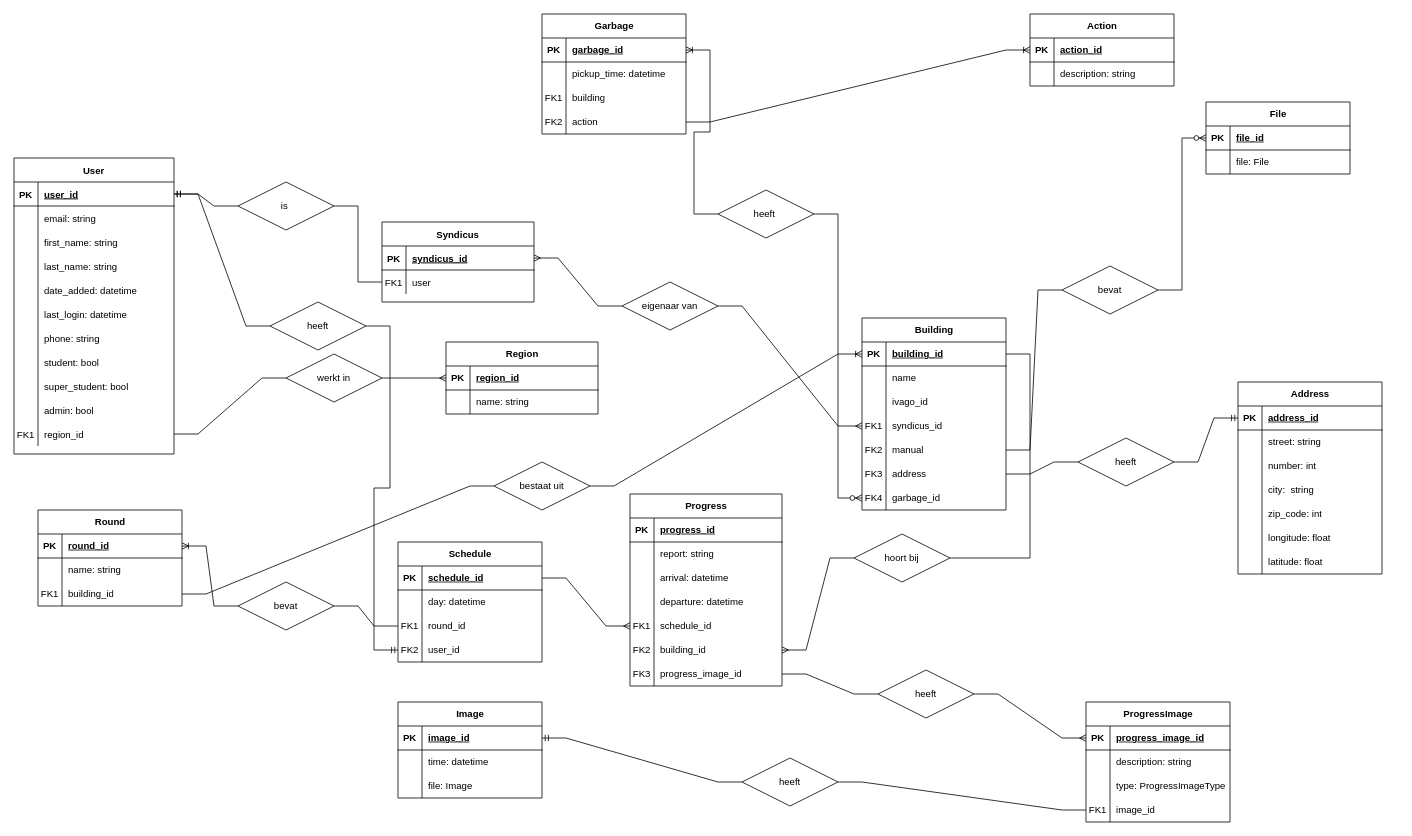
SELab-2/Dr-Trottoir-1 keeps this draw.io diagram as documentatie/drtrottoir.drawio. Above is the earlier version. Source tidied: cells renumbered, new cells numbered last; positions are measured from the earlier drawing's top-left corner, leaving out a move shared by most shapes. Both pictures are drawn from the tidied source at 80%, with x=0, y=0 at pixel (14, 14).
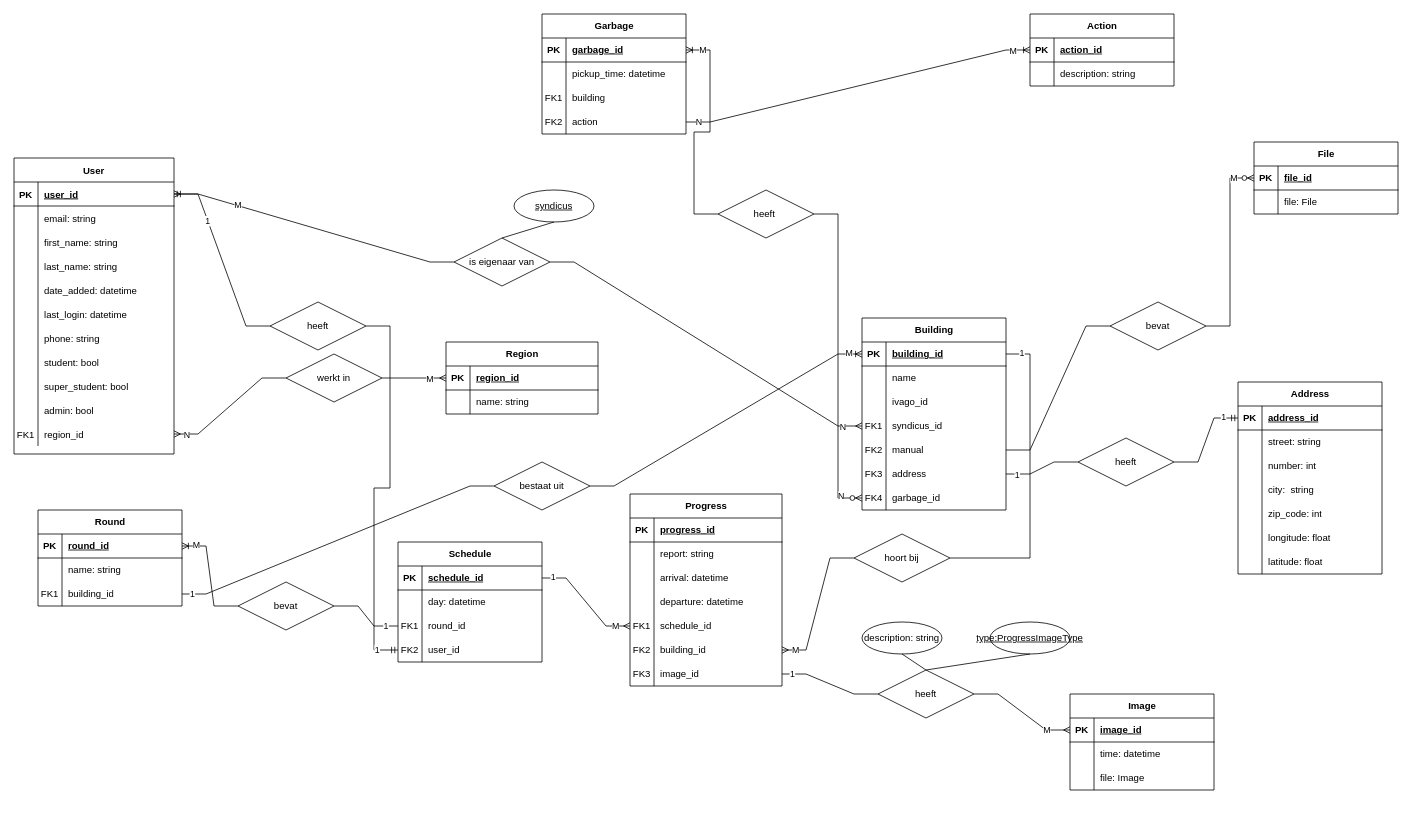
The same diagram, later.

The change refers to these unchanged cells:
```xml
<mxCell id="10" style="shape=partialRectangle;fillColor=none;points=[[0,0.5],[1,0.5]];portConstraint=eastwest;top=0;left=0;right=0;bottom=1;" parent="9" vertex="1">
  <mxGeometry y="30" width="200" height="30" as="geometry" />
</mxCell>
<mxCell id="40" style="shape=partialRectangle;fillColor=none;points=[[0,0.5],[1,0.5]];portConstraint=eastwest;top=0;left=0;right=0;bottom=0;" parent="9" vertex="1">
  <mxGeometry y="330" width="200" height="30" as="geometry" />
</mxCell>
<mxCell id="70" style="shape=tableRow;horizontal=0;startSize=0;swimlaneHead=0;swimlaneBody=0;fillColor=none;points=[[0,0.5],[1,0.5]];portConstraint=eastwest;top=0;left=0;right=0;bottom=0;" parent="51" vertex="1">
  <mxGeometry y="210" width="190" height="30" as="geometry" />
</mxCell>
<mxCell id="138" style="edgeStyle=entityRelationEdgeStyle;fontSize=12;html=1;endArrow=ERmany;rounded=0;entryX=0;entryY=0.5;entryDx=0;entryDy=0;exitX=1;exitY=0.5;exitDx=0;exitDy=0;startArrow=none;" parent="1" edge="1" source="206" target="45">
  <mxGeometry relative="1" as="geometry" />
</mxCell>
<mxCell id="168" style="edgeStyle=entityRelationEdgeStyle;fontSize=12;html=1;endArrow=ERzeroToMany;endFill=1;rounded=0;entryX=0;entryY=0.5;entryDx=0;entryDy=0;exitX=1;exitY=0.5;exitDx=0;exitDy=0;startArrow=none;" parent="1" edge="1" source="214" target="162">
  <mxGeometry relative="1" as="geometry" />
</mxCell>
<mxCell id="169" style="edgeStyle=entityRelationEdgeStyle;fontSize=12;html=1;endArrow=ERoneToMany;rounded=0;entryX=0;entryY=0.5;entryDx=0;entryDy=0;exitX=1;exitY=0.5;exitDx=0;exitDy=0;" parent="1" edge="1" source="128" target="132">
  <mxGeometry relative="1" as="geometry" />
</mxCell>
<mxCell id="170" style="edgeStyle=entityRelationEdgeStyle;fontSize=12;html=1;endArrow=ERmandOne;rounded=0;exitX=1;exitY=0.5;exitDx=0;exitDy=0;entryX=0;entryY=0.5;entryDx=0;entryDy=0;startArrow=none;" parent="1" edge="1" source="216" target="140">
  <mxGeometry relative="1" as="geometry" />
</mxCell>
<mxCell id="171" style="edgeStyle=entityRelationEdgeStyle;fontSize=12;html=1;endArrow=ERoneToMany;startArrow=none;rounded=0;exitX=0;exitY=0.5;exitDx=0;exitDy=0;entryX=1;entryY=0.5;entryDx=0;entryDy=0;" parent="1" edge="1" source="224" target="119">
  <mxGeometry relative="1" as="geometry" />
</mxCell>
<mxCell id="187" style="shape=tableRow;horizontal=0;startSize=0;swimlaneHead=0;swimlaneBody=0;fillColor=none;points=[[0,0.5],[1,0.5]];portConstraint=eastwest;top=0;left=0;right=0;bottom=1;" parent="186" vertex="1">
  <mxGeometry y="30" width="180" height="30" as="geometry" />
</mxCell>
<mxCell id="196" style="edgeStyle=entityRelationEdgeStyle;fontSize=12;html=1;endArrow=ERmany;rounded=0;exitX=1;exitY=0.5;exitDx=0;exitDy=0;entryX=0;entryY=0.5;entryDx=0;entryDy=0;" parent="1" edge="1" source="84" target="64">
  <mxGeometry relative="1" as="geometry" />
</mxCell>
<mxCell id="197" style="edgeStyle=entityRelationEdgeStyle;fontSize=12;html=1;endArrow=ERmany;rounded=0;entryX=1;entryY=0.5;entryDx=0;entryDy=0;startArrow=none;" parent="1" edge="1" source="218" target="67">
  <mxGeometry relative="1" as="geometry" />
</mxCell>
<mxCell id="200" style="edgeStyle=entityRelationEdgeStyle;fontSize=12;html=1;endArrow=ERoneToMany;rounded=0;exitX=0;exitY=0.5;exitDx=0;exitDy=0;entryX=1;entryY=0.5;entryDx=0;entryDy=0;startArrow=none;" parent="1" edge="1" source="212" target="74">
  <mxGeometry relative="1" as="geometry" />
</mxCell>
<mxCell id="201" style="edgeStyle=entityRelationEdgeStyle;fontSize=12;html=1;endArrow=ERoneToMany;rounded=0;exitX=1;exitY=0.5;exitDx=0;exitDy=0;entryX=0;entryY=0.5;entryDx=0;entryDy=0;startArrow=none;" parent="1" edge="1" source="204" target="97">
  <mxGeometry relative="1" as="geometry" />
</mxCell>
<mxCell id="202" style="edgeStyle=entityRelationEdgeStyle;fontSize=12;html=1;endArrow=ERmandOne;startArrow=none;rounded=0;entryX=1;entryY=0.5;entryDx=0;entryDy=0;exitX=0;exitY=0.5;exitDx=0;exitDy=0;" parent="1" edge="1" source="210" target="10">
  <mxGeometry relative="1" as="geometry" />
</mxCell>
<mxCell id="203" style="edgeStyle=entityRelationEdgeStyle;fontSize=12;html=1;endArrow=none;rounded=0;exitX=1;exitY=0.5;exitDx=0;exitDy=0;entryX=0;entryY=0.5;entryDx=0;entryDy=0;" parent="1" edge="1" source="80" target="204">
  <mxGeometry relative="1" as="geometry" />
</mxCell>
<mxCell id="206" value="werkt in" style="shape=rhombus;perimeter=rhombusPerimeter;whiteSpace=wrap;html=1;align=center;" parent="1" vertex="1">
  <mxGeometry x="340" y="425" width="120" height="60" as="geometry" />
</mxCell>
<mxCell id="209" style="edgeStyle=entityRelationEdgeStyle;fontSize=12;html=1;endArrow=none;startArrow=ERmandOne;rounded=0;entryX=1;entryY=0.5;entryDx=0;entryDy=0;exitX=0;exitY=0.5;exitDx=0;exitDy=0;" parent="1" edge="1" source="93" target="210">
  <mxGeometry relative="1" as="geometry" />
</mxCell>
<mxCell id="211" style="edgeStyle=entityRelationEdgeStyle;fontSize=12;html=1;endArrow=none;rounded=0;exitX=0;exitY=0.5;exitDx=0;exitDy=0;entryX=1;entryY=0.5;entryDx=0;entryDy=0;" parent="1" edge="1" source="90" target="212">
  <mxGeometry relative="1" as="geometry" />
</mxCell>
<mxCell id="215" style="edgeStyle=entityRelationEdgeStyle;fontSize=12;html=1;endArrow=none;rounded=0;exitX=1;exitY=0.5;exitDx=0;exitDy=0;entryX=0;entryY=0.5;entryDx=0;entryDy=0;" parent="1" edge="1" source="112" target="216">
  <mxGeometry relative="1" as="geometry" />
</mxCell>
<mxCell id="217" style="edgeStyle=entityRelationEdgeStyle;fontSize=12;html=1;endArrow=none;rounded=0;entryX=1;entryY=0.5;entryDx=0;entryDy=0;" parent="1" edge="1" source="97" target="218">
  <mxGeometry relative="1" as="geometry" />
</mxCell>
<mxCell id="219" style="edgeStyle=entityRelationEdgeStyle;fontSize=12;html=1;endArrow=none;rounded=0;exitX=1;exitY=0.5;exitDx=0;exitDy=0;entryX=0;entryY=0.5;entryDx=0;entryDy=0;" parent="1" edge="1" source="70" target="220">
  <mxGeometry relative="1" as="geometry" />
</mxCell>
<mxCell id="220" value="heeft" style="shape=rhombus;perimeter=rhombusPerimeter;whiteSpace=wrap;html=1;align=center;" parent="1" vertex="1">
  <mxGeometry x="1080" y="820" width="120" height="60" as="geometry" />
</mxCell>
<mxCell id="223" style="edgeStyle=entityRelationEdgeStyle;fontSize=12;html=1;endArrow=none;startArrow=ERzeroToMany;rounded=0;exitX=0;exitY=0.5;exitDx=0;exitDy=0;entryX=1;entryY=0.5;entryDx=0;entryDy=0;" parent="1" edge="1" source="115" target="224">
  <mxGeometry relative="1" as="geometry" />
</mxCell>
```

Change to the diagram source:
```diff
@@
-    <mxCell id="2" value="Syndicus" style="shape=table;startSize=30;childLayout=tableLayout;rowLines=0;fontStyle=1;align=center;" parent="1" vertex="1">
-      <mxGeometry x="460" y="260" width="190" height="100" as="geometry" />
-    </mxCell>
-    <mxCell id="3" style="shape=partialRectangle;fillColor=none;points=[[0,0.5],[1,0.5]];portConstraint=eastwest;top=0;left=0;right=0;bottom=1;" parent="2" vertex="1">
-      <mxGeometry y="30" width="190" height="30" as="geometry" />
-    </mxCell>
-    <mxCell id="4" value="PK" style="shape=partialRectangle;overflow=hidden;fillColor=none;top=0;left=0;bottom=0;right=0;fontStyle=1;" parent="3" vertex="1">
-      <mxGeometry width="30" height="30" as="geometry" />
-    </mxCell>
-    <mxCell id="5" value="syndicus_id" style="shape=partialRectangle;overflow=hidden;fillColor=none;top=0;left=0;bottom=0;right=0;align=left;spacingLeft=6;fontStyle=5;" parent="3" vertex="1">
-      <mxGeometry x="30" width="160" height="30" as="geometry" />
-    </mxCell>
-    <mxCell id="6" style="shape=partialRectangle;fillColor=none;points=[[0,0.5],[1,0.5]];portConstraint=eastwest;top=0;left=0;right=0;bottom=0;" parent="2" vertex="1">
-      <mxGeometry y="60" width="190" height="30" as="geometry" />
-    </mxCell>
-    <mxCell id="7" value="FK1" style="shape=partialRectangle;overflow=hidden;fillColor=none;top=0;left=0;bottom=0;right=0;" parent="6" vertex="1">
-      <mxGeometry width="30" height="30" as="geometry" />
-    </mxCell>
-    <mxCell id="8" value="user" style="shape=partialRectangle;overflow=hidden;fillColor=none;top=0;left=0;bottom=0;right=0;align=left;spacingLeft=6;" parent="6" vertex="1">
-      <mxGeometry x="30" width="160" height="30" as="geometry" />
-    </mxCell>
@@
-    <mxCell id="43" style="edgeStyle=entityRelationEdgeStyle;fontSize=12;html=1;endArrow=ERmandOne;rounded=0;entryX=1;entryY=0.5;entryDx=0;entryDy=0;startArrow=none;" parent="1" edge="1" source="208" target="10">
-      <mxGeometry relative="1" as="geometry" />
-    </mxCell>
@@
-    <mxCell id="72" value="progress_image_id" style="shape=partialRectangle;fillColor=none;top=0;left=0;bottom=0;right=0;align=left;spacingLeft=6;overflow=hidden;whiteSpace=wrap;html=1;" parent="70" vertex="1">
+    <mxCell id="72" value="image_id" style="shape=partialRectangle;fillColor=none;top=0;left=0;bottom=0;right=0;align=left;spacingLeft=6;overflow=hidden;whiteSpace=wrap;html=1;" parent="70" vertex="1">
       <mxGeometry x="30" width="160" height="30" as="geometry" />
     </mxCell>
@@
+    <mxCell id="227" value="M" style="edgeLabel;html=1;align=center;verticalAlign=middle;" parent="138" vertex="1">
+      <mxGeometry x="0.47" relative="1" as="geometry" />
+    </mxCell>
@@
     <mxCell id="161" value="File" style="shape=table;startSize=30;childLayout=tableLayout;rowLines=0;fontStyle=1;align=center;html=1;" parent="1" vertex="1">
-      <mxGeometry x="1490" y="110" width="180" height="90" as="geometry" />
+      <mxGeometry x="1550" y="160" width="180" height="90" as="geometry" />
     </mxCell>
@@
+    <mxCell id="228" value="M" style="edgeLabel;html=1;align=center;verticalAlign=middle;" parent="168" vertex="1">
+      <mxGeometry x="0.79" y="1" relative="1" as="geometry" />
+    </mxCell>
@@
+    <mxCell id="229" value="N" style="edgeLabel;html=1;align=center;verticalAlign=middle;" parent="169" vertex="1">
+      <mxGeometry x="-0.93" y="1" relative="1" as="geometry" />
+    </mxCell>
+    <mxCell id="230" value="M" style="edgeLabel;html=1;align=center;verticalAlign=middle;" parent="169" vertex="1">
+      <mxGeometry x="0.9" relative="1" as="geometry" />
+    </mxCell>
@@
+    <mxCell id="231" value="1" style="edgeLabel;html=1;align=center;verticalAlign=middle;" parent="170" vertex="1">
+      <mxGeometry x="0.68" y="2" relative="1" as="geometry" />
+    </mxCell>
@@
+    <mxCell id="232" value="M" style="edgeLabel;html=1;align=center;verticalAlign=middle;" parent="171" vertex="1">
+      <mxGeometry x="0.86" y="-1" relative="1" as="geometry" />
+    </mxCell>
@@
-    <mxCell id="173" value="ProgressImage" style="shape=table;startSize=30;childLayout=tableLayout;rowLines=0;fontStyle=1;align=center;html=1;" parent="1" vertex="1">
-      <mxGeometry x="1340" y="860" width="180" height="150" as="geometry" />
-    </mxCell>
-    <mxCell id="174" style="shape=tableRow;horizontal=0;startSize=0;swimlaneHead=0;swimlaneBody=0;fillColor=none;points=[[0,0.5],[1,0.5]];portConstraint=eastwest;top=0;left=0;right=0;bottom=1;" parent="173" vertex="1">
-      <mxGeometry y="30" width="180" height="30" as="geometry" />
-    </mxCell>
-    <mxCell id="175" value="PK" style="shape=partialRectangle;fillColor=none;top=0;left=0;bottom=0;right=0;fontStyle=1;overflow=hidden;whiteSpace=wrap;html=1;" parent="174" vertex="1">
-      <mxGeometry width="30" height="30" as="geometry" />
-    </mxCell>
-    <mxCell id="176" value="progress_image_id" style="shape=partialRectangle;fillColor=none;top=0;left=0;bottom=0;right=0;align=left;spacingLeft=6;fontStyle=5;overflow=hidden;whiteSpace=wrap;html=1;" parent="174" vertex="1">
-      <mxGeometry x="30" width="150" height="30" as="geometry" />
-    </mxCell>
-    <mxCell id="177" style="shape=tableRow;horizontal=0;startSize=0;swimlaneHead=0;swimlaneBody=0;fillColor=none;top=0;left=0;right=0;bottom=0;" parent="173" vertex="1">
-      <mxGeometry y="60" width="180" height="30" as="geometry" />
-    </mxCell>
-    <mxCell id="178" style="shape=partialRectangle;fillColor=none;top=0;left=0;bottom=0;right=0;overflow=hidden;whiteSpace=wrap;html=1;" parent="177" vertex="1">
-      <mxGeometry width="30" height="30" as="geometry" />
-    </mxCell>
-    <mxCell id="179" value="description: string" style="shape=partialRectangle;fillColor=none;top=0;left=0;bottom=0;right=0;align=left;spacingLeft=6;overflow=hidden;whiteSpace=wrap;html=1;" parent="177" vertex="1">
-      <mxGeometry x="30" width="150" height="30" as="geometry" />
-    </mxCell>
-    <mxCell id="180" style="shape=tableRow;horizontal=0;startSize=0;swimlaneHead=0;swimlaneBody=0;fillColor=none;top=0;left=0;right=0;bottom=0;" parent="173" vertex="1">
-      <mxGeometry y="90" width="180" height="30" as="geometry" />
-    </mxCell>
-    <mxCell id="181" style="shape=partialRectangle;fillColor=none;top=0;left=0;bottom=0;right=0;overflow=hidden;whiteSpace=wrap;html=1;" parent="180" vertex="1">
-      <mxGeometry width="30" height="30" as="geometry" />
-    </mxCell>
-    <mxCell id="182" value="type: ProgressImageType" style="shape=partialRectangle;fillColor=none;top=0;left=0;bottom=0;right=0;align=left;spacingLeft=6;overflow=hidden;whiteSpace=wrap;html=1;" parent="180" vertex="1">
-      <mxGeometry x="30" width="150" height="30" as="geometry" />
-    </mxCell>
-    <mxCell id="183" style="shape=tableRow;horizontal=0;startSize=0;swimlaneHead=0;swimlaneBody=0;fillColor=none;points=[[0,0.5],[1,0.5]];portConstraint=eastwest;top=0;left=0;right=0;bottom=0;" parent="173" vertex="1">
-      <mxGeometry y="120" width="180" height="30" as="geometry" />
-    </mxCell>
-    <mxCell id="184" value="FK1" style="shape=partialRectangle;fillColor=none;top=0;left=0;bottom=0;right=0;overflow=hidden;whiteSpace=wrap;html=1;" parent="183" vertex="1">
-      <mxGeometry width="30" height="30" as="geometry" />
-    </mxCell>
-    <mxCell id="185" value="image_id" style="shape=partialRectangle;fillColor=none;top=0;left=0;bottom=0;right=0;align=left;spacingLeft=6;overflow=hidden;whiteSpace=wrap;html=1;" parent="183" vertex="1">
-      <mxGeometry x="30" width="150" height="30" as="geometry" />
-    </mxCell>
     <mxCell id="186" value="Image" style="shape=table;startSize=30;childLayout=tableLayout;rowLines=0;fontStyle=1;align=center;html=1;" parent="1" vertex="1">
-      <mxGeometry x="480" y="860" width="180" height="120" as="geometry" />
+      <mxGeometry x="1320" y="850" width="180" height="120" as="geometry" />
     </mxCell>
@@
+    <mxCell id="233" value="1" style="edgeLabel;html=1;align=center;verticalAlign=middle;" parent="196" vertex="1">
+      <mxGeometry x="-0.81" y="2" relative="1" as="geometry" />
+    </mxCell>
+    <mxCell id="234" value="M" style="edgeLabel;html=1;align=center;verticalAlign=middle;" parent="196" vertex="1">
+      <mxGeometry x="0.74" y="1" relative="1" as="geometry" />
+    </mxCell>
@@
+    <mxCell id="235" value="M" style="edgeLabel;html=1;align=center;verticalAlign=middle;" parent="197" vertex="1">
+      <mxGeometry x="0.81" y="-1" relative="1" as="geometry" />
+    </mxCell>
-    <mxCell id="198" style="edgeStyle=entityRelationEdgeStyle;fontSize=12;html=1;endArrow=ERmany;rounded=0;exitX=1;exitY=0.5;exitDx=0;exitDy=0;entryX=0;entryY=0.5;entryDx=0;entryDy=0;startArrow=none;" parent="1" edge="1" source="220" target="174">
+    <mxCell id="198" style="edgeStyle=entityRelationEdgeStyle;fontSize=12;html=1;endArrow=ERmany;rounded=0;exitX=1;exitY=0.5;exitDx=0;exitDy=0;entryX=0;entryY=0.5;entryDx=0;entryDy=0;startArrow=none;" parent="1" edge="1" source="220" target="187">
       <mxGeometry relative="1" as="geometry" />
     </mxCell>
-    <mxCell id="199" style="edgeStyle=entityRelationEdgeStyle;fontSize=12;html=1;endArrow=ERmandOne;rounded=0;entryX=1;entryY=0.5;entryDx=0;entryDy=0;exitX=0;exitY=0.5;exitDx=0;exitDy=0;startArrow=none;" parent="1" edge="1" source="222" target="187">
-      <mxGeometry relative="1" as="geometry" />
-    </mxCell>
+    <mxCell id="236" value="M" style="edgeLabel;html=1;align=center;verticalAlign=middle;" parent="198" vertex="1">
+      <mxGeometry x="0.56" y="1" relative="1" as="geometry" />
+    </mxCell>
@@
+    <mxCell id="237" value="M" style="edgeLabel;html=1;align=center;verticalAlign=middle;" parent="200" vertex="1">
+      <mxGeometry x="0.74" y="-2" relative="1" as="geometry" />
+    </mxCell>
@@
+    <mxCell id="238" value="M" style="edgeLabel;html=1;align=center;verticalAlign=middle;" parent="201" vertex="1">
+      <mxGeometry x="0.91" y="2" relative="1" as="geometry" />
+    </mxCell>
@@
+    <mxCell id="239" value="1" style="edgeLabel;html=1;align=center;verticalAlign=middle;" parent="202" vertex="1">
+      <mxGeometry x="0.44" y="1" relative="1" as="geometry" />
+    </mxCell>
@@
+    <mxCell id="240" value="1" style="edgeLabel;html=1;align=center;verticalAlign=middle;" parent="203" vertex="1">
+      <mxGeometry x="-0.94" y="1" relative="1" as="geometry" />
+    </mxCell>
@@
-    <mxCell id="205" style="edgeStyle=entityRelationEdgeStyle;fontSize=12;html=1;endArrow=none;rounded=0;entryX=0;entryY=0.5;entryDx=0;entryDy=0;exitX=1;exitY=0.5;exitDx=0;exitDy=0;" parent="1" edge="1" source="40" target="206">
-      <mxGeometry relative="1" as="geometry" />
-    </mxCell>
@@
-    <mxCell id="207" style="edgeStyle=entityRelationEdgeStyle;fontSize=12;html=1;endArrow=none;rounded=0;entryX=1;entryY=0.5;entryDx=0;entryDy=0;" parent="1" edge="1" source="6" target="208">
-      <mxGeometry relative="1" as="geometry" />
-    </mxCell>
-    <mxCell id="208" value="is&amp;nbsp;" style="shape=rhombus;perimeter=rhombusPerimeter;whiteSpace=wrap;html=1;align=center;" parent="1" vertex="1">
-      <mxGeometry x="280" y="210" width="120" height="60" as="geometry" />
-    </mxCell>
@@
+    <mxCell id="241" value="1" style="edgeLabel;html=1;align=center;verticalAlign=middle;" parent="209" vertex="1">
+      <mxGeometry x="-0.89" y="-1" relative="1" as="geometry" />
+    </mxCell>
@@
+    <mxCell id="242" value="1" style="edgeLabel;html=1;align=center;verticalAlign=middle;" parent="211" vertex="1">
+      <mxGeometry x="-0.65" y="-1" relative="1" as="geometry" />
+    </mxCell>
@@
     <mxCell id="214" value="bevat" style="shape=rhombus;perimeter=rhombusPerimeter;whiteSpace=wrap;html=1;align=center;" parent="1" vertex="1">
-      <mxGeometry x="1310" y="315" width="120" height="60" as="geometry" />
+      <mxGeometry x="1370" y="360" width="120" height="60" as="geometry" />
     </mxCell>
@@
+    <mxCell id="243" value="1" style="edgeLabel;html=1;align=center;verticalAlign=middle;" parent="215" vertex="1">
+      <mxGeometry x="-0.72" relative="1" as="geometry" />
+    </mxCell>
@@
+    <mxCell id="244" value="1" style="edgeLabel;html=1;align=center;verticalAlign=middle;" parent="217" vertex="1">
+      <mxGeometry x="-0.9" y="2" relative="1" as="geometry" />
+    </mxCell>
@@
+    <mxCell id="245" value="1" style="edgeLabel;html=1;align=center;verticalAlign=middle;" parent="219" vertex="1">
+      <mxGeometry x="-0.8" y="1" relative="1" as="geometry" />
+    </mxCell>
@@
-    <mxCell id="221" style="edgeStyle=entityRelationEdgeStyle;fontSize=12;html=1;endArrow=none;rounded=0;entryX=1;entryY=0.5;entryDx=0;entryDy=0;exitX=0;exitY=0.5;exitDx=0;exitDy=0;" parent="1" edge="1" source="183" target="222">
-      <mxGeometry relative="1" as="geometry" />
-    </mxCell>
-    <mxCell id="222" value="heeft" style="shape=rhombus;perimeter=rhombusPerimeter;whiteSpace=wrap;html=1;align=center;" parent="1" vertex="1">
-      <mxGeometry x="910" y="930" width="120" height="60" as="geometry" />
-    </mxCell>
@@
+    <mxCell id="246" value="N" style="edgeLabel;html=1;align=center;verticalAlign=middle;" parent="223" vertex="1">
+      <mxGeometry x="-0.42" y="-5" relative="1" as="geometry" />
+    </mxCell>
+    <mxCell id="247" value="N" style="edgeLabel;html=1;align=center;verticalAlign=middle;" parent="223" vertex="1">
+      <mxGeometry x="-0.87" y="-3" relative="1" as="geometry" />
+    </mxCell>
@@
-    <mxCell id="225" style="edgeStyle=entityRelationEdgeStyle;fontSize=12;html=1;endArrow=none;startArrow=ERmany;rounded=0;entryX=0;entryY=0.5;entryDx=0;entryDy=0;exitX=1;exitY=0.5;exitDx=0;exitDy=0;" parent="1" edge="1" source="3" target="226">
-      <mxGeometry relative="1" as="geometry" />
-    </mxCell>
-    <mxCell id="226" value="eigenaar van" style="shape=rhombus;perimeter=rhombusPerimeter;whiteSpace=wrap;html=1;align=center;" parent="1" vertex="1">
-      <mxGeometry x="760" y="335" width="120" height="60" as="geometry" />
+    <mxCell id="226" value="is eigenaar van" style="shape=rhombus;perimeter=rhombusPerimeter;whiteSpace=wrap;html=1;align=center;" parent="1" vertex="1">
+      <mxGeometry x="550" y="280" width="120" height="60" as="geometry" />
     </mxCell>
+    <mxCell id="248" value="syndicus" style="ellipse;whiteSpace=wrap;html=1;align=center;fontStyle=4;" parent="1" vertex="1">
+      <mxGeometry x="625" y="220" width="100" height="40" as="geometry" />
+    </mxCell>
+    <mxCell id="249" style="endArrow=none;html=1;rounded=0;entryX=0.5;entryY=1;entryDx=0;entryDy=0;exitX=0.5;exitY=0;exitDx=0;exitDy=0;" parent="1" edge="1" source="226" target="248">
+      <mxGeometry relative="1" as="geometry" />
+    </mxCell>
+    <mxCell id="179" value="description: string" style="ellipse;whiteSpace=wrap;html=1;align=center;" parent="1" vertex="1">
+      <mxGeometry x="1060" y="760" width="100" height="40" as="geometry" />
+    </mxCell>
+    <mxCell id="250" value="type:ProgressImageType" style="ellipse;whiteSpace=wrap;html=1;align=center;fontStyle=4;" parent="1" vertex="1">
+      <mxGeometry x="1220" y="760" width="100" height="40" as="geometry" />
+    </mxCell>
+    <mxCell id="251" style="endArrow=none;html=1;rounded=0;exitX=0.5;exitY=0;exitDx=0;exitDy=0;entryX=0.5;entryY=1;entryDx=0;entryDy=0;" parent="1" edge="1" source="220" target="179">
+      <mxGeometry relative="1" as="geometry" />
+    </mxCell>
+    <mxCell id="252" style="endArrow=none;html=1;rounded=0;exitX=0.5;exitY=0;exitDx=0;exitDy=0;entryX=0.5;entryY=1;entryDx=0;entryDy=0;" parent="1" edge="1" source="220" target="250">
+      <mxGeometry relative="1" as="geometry" />
+    </mxCell>
+    <mxCell id="253" style="edgeStyle=entityRelationEdgeStyle;fontSize=12;html=1;endArrow=ERmany;rounded=0;entryX=1;entryY=0.5;entryDx=0;entryDy=0;exitX=0;exitY=0.5;exitDx=0;exitDy=0;" parent="1" edge="1" source="226" target="10">
+      <mxGeometry relative="1" as="geometry" />
+    </mxCell>
+    <mxCell id="254" value="M" style="edgeLabel;html=1;align=center;verticalAlign=middle;" parent="253" vertex="1">
+      <mxGeometry x="0.55" y="-1" relative="1" as="geometry" />
+    </mxCell>
+    <mxCell id="255" style="edgeStyle=entityRelationEdgeStyle;fontSize=12;html=1;endArrow=ERmany;rounded=0;entryX=1;entryY=0.5;entryDx=0;entryDy=0;exitX=0;exitY=0.5;exitDx=0;exitDy=0;" parent="1" edge="1" source="206" target="40">
+      <mxGeometry relative="1" as="geometry" />
+    </mxCell>
+    <mxCell id="256" value="N" style="edgeLabel;html=1;align=center;verticalAlign=middle;" parent="255" vertex="1">
+      <mxGeometry x="0.81" relative="1" as="geometry" />
+    </mxCell>
```
